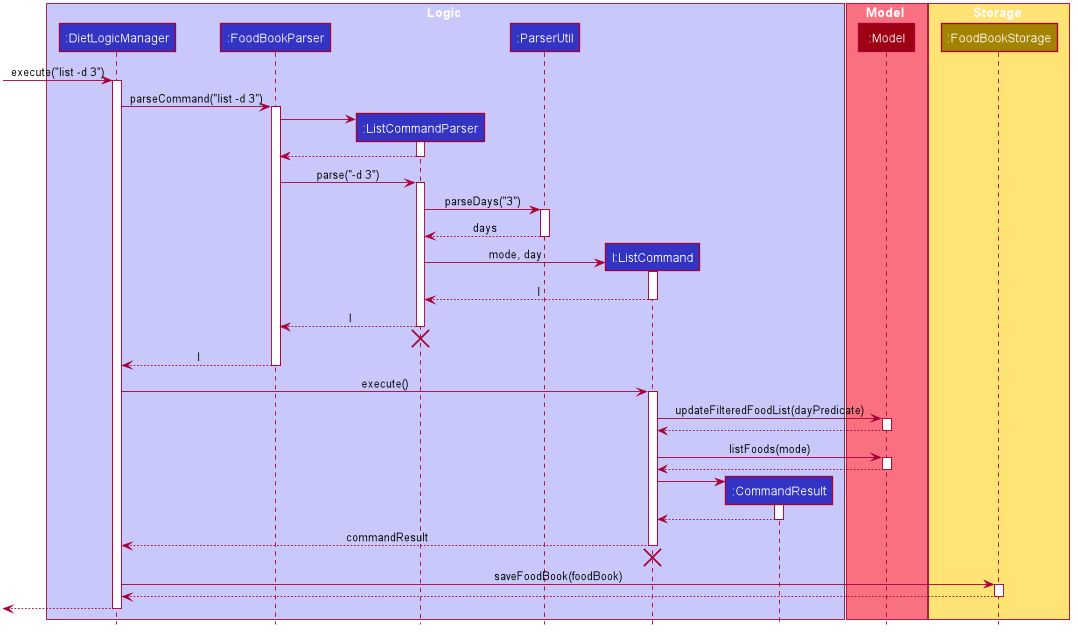
This is images/DietTrackerListCommandDaySequenceDiagram.png from AY1920S2-CS2103T-W13-1/main, a PlantUML export, as it was before one commit. The source it was exported from:
```plantuml
@startuml









skinparam BackgroundColor #FFFFFFF

skinparam Shadowing false

skinparam Class {
    FontColor #FFFFFF
    BorderThickness 1
    BorderColor #FFFFFF
    StereotypeFontColor #FFFFFF
    FontName Arial
}

skinparam Actor {
    BorderColor #000000
    Color #000000
    FontName Arial
}

skinparam Sequence {
    MessageAlign center
    BoxFontSize 15
    BoxPadding 0
    BoxFontColor #FFFFFF
    FontName Arial
}

skinparam Participant {
    FontColor #FFFFFFF
    Padding 20
}

skinparam MinClassWidth 50
skinparam ParticipantPadding 10
skinparam Shadowing false
skinparam DefaultTextAlignment center
skinparam packageStyle Rectangle

hide footbox
hide members
hide circle

box Logic #C8C8FA
participant ":DietLogicManager" as LogicManager #3333C4
participant ":FoodBookParser" as FoodBookParser #3333C4
participant ":ListCommandParser" as ListCommandParser #3333C4
participant ":ParserUtil" as ParserUtil #3333C4
participant "l:ListCommand" as ListCommand #3333C4
participant ":CommandResult" as CommandResult #3333C4
end box

box Model #F97181
participant ":Model" as Model #9D0012
end box

box Storage #FFE374
participant ":FoodBookStorage" as FoodBookStorage #A38300
end box

[-> LogicManager : execute("list -d 3")
activate LogicManager

LogicManager -> FoodBookParser : parseCommand("list -d 3")
activate FoodBookParser

create ListCommandParser
FoodBookParser -> ListCommandParser
activate ListCommandParser

ListCommandParser --> FoodBookParser
deactivate ListCommandParser

FoodBookParser -> ListCommandParser : parse("-d 3")
activate ListCommandParser

ListCommandParser -> ParserUtil : parseDays("3")
activate ParserUtil

ParserUtil --> ListCommandParser : days
deactivate ParserUtil

create ListCommand
ListCommandParser -> ListCommand : mode, day
activate ListCommand

ListCommand --> ListCommandParser : l
deactivate ListCommand

ListCommandParser --> FoodBookParser : l
deactivate ListCommandParser
ListCommandParser -[hidden]-> FoodBookParser
destroy ListCommandParser

FoodBookParser --> LogicManager : l
deactivate FoodBookParser

LogicManager -> ListCommand : execute()
activate ListCommand

ListCommand -> Model : updateFilteredFoodList(dayPredicate)
activate Model

Model --> ListCommand
deactivate Model

ListCommand -> Model : listFoods(mode)
activate Model

Model --> ListCommand
deactivate Model

create CommandResult
ListCommand -> CommandResult
activate CommandResult

CommandResult --> ListCommand
deactivate CommandResult

ListCommand --> LogicManager : commandResult
deactivate ListCommand

ListCommand -[hidden]-> LogicManager
destroy ListCommand

LogicManager -> FoodBookStorage : saveFoodBook(foodBook)
activate FoodBookStorage

FoodBookStorage --> LogicManager
deactivate FoodBookStorage

[<--LogicManager
deactivate LogicManager
@enduml
```
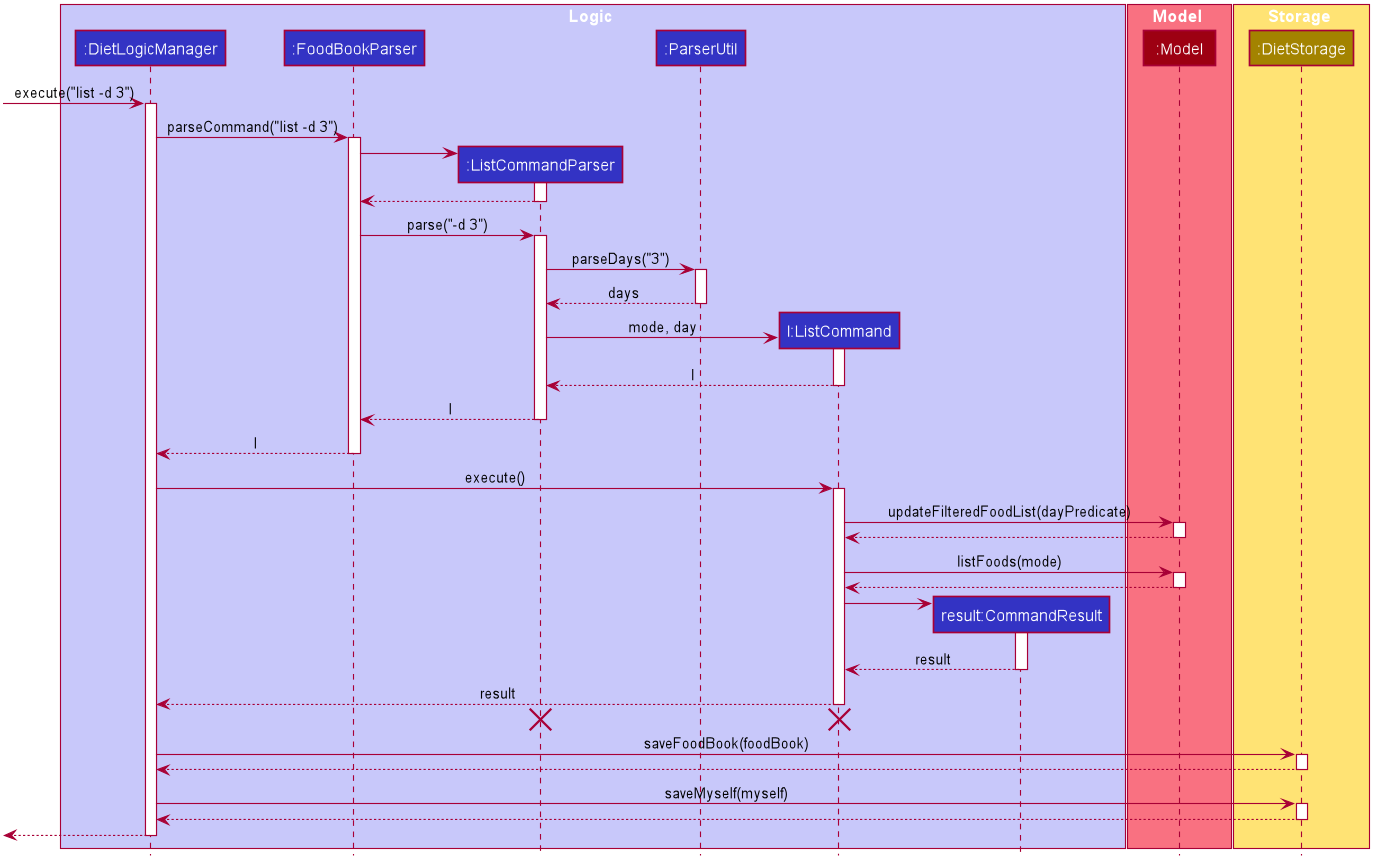
The same diagram one commit later.

Change to the diagram source:
```diff
@@ -55,7 +55,7 @@
 participant ":ListCommandParser" as ListCommandParser #3333C4
 participant ":ParserUtil" as ParserUtil #3333C4
 participant "l:ListCommand" as ListCommand #3333C4
-participant ":CommandResult" as CommandResult #3333C4
+participant "result:CommandResult" as CommandResult #3333C4
 end box
 
 box Model #F97181
@@ -63,7 +63,7 @@
 end box
 
 box Storage #FFE374
-participant ":FoodBookStorage" as FoodBookStorage #A38300
+participant ":DietStorage" as FoodBookStorage #A38300
 end box
 
 [-> LogicManager : execute("list -d 3")
@@ -97,8 +97,6 @@
 
 ListCommandParser --> FoodBookParser : l
 deactivate ListCommandParser
-ListCommandParser -[hidden]-> FoodBookParser
-destroy ListCommandParser
 
 FoodBookParser --> LogicManager : l
 deactivate FoodBookParser
@@ -122,16 +120,23 @@
 ListCommand -> CommandResult
 activate CommandResult
 
-CommandResult --> ListCommand
+CommandResult --> ListCommand : result
 deactivate CommandResult
 
-ListCommand --> LogicManager : commandResult
+ListCommand --> LogicManager : result
 deactivate ListCommand
 
 ListCommand -[hidden]-> LogicManager
 destroy ListCommand
+destroy ListCommandParser
 
 LogicManager -> FoodBookStorage : saveFoodBook(foodBook)
+activate FoodBookStorage
+
+FoodBookStorage --> LogicManager
+deactivate FoodBookStorage
+
+LogicManager -> FoodBookStorage : saveMyself(myself)
 activate FoodBookStorage
 
 FoodBookStorage --> LogicManager
```
